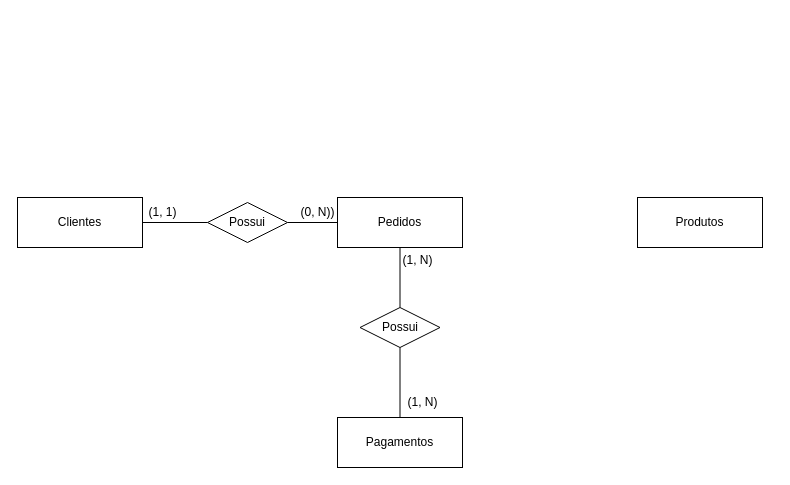
Alcides-Never/ProjetoClinicaMedica keeps this draw.io diagram as page "Modelo Relacional" (1 of 3) of DrawIO/ProjetoEComerce(1).drawio. Above is the earlier version. Source tidied: cells renumbered, new cells numbered last; positions are measured from the earlier drawing's top-left corner, leaving out a move shared by most shapes. Both pictures are drawn from the tidied source at 100%, with x=0, y=0 at pixel (17, 197).
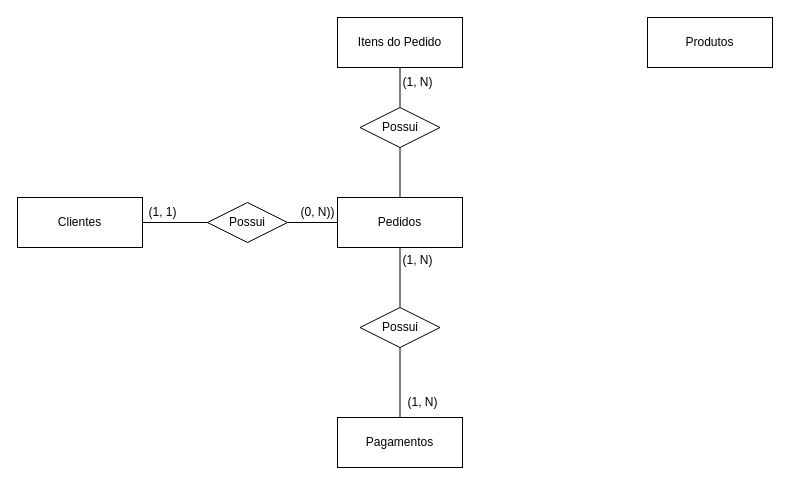
The same diagram, later.

Unchanged cells that the change refers to:
```xml
<mxCell id="7" value="Pedidos" style="whiteSpace=wrap;html=1;align=center;" parent="1" vertex="1">
  <mxGeometry x="320" width="125" height="50" as="geometry" />
</mxCell>
```

Change to the diagram source:
```diff
@@
     <mxCell id="4" value="Produtos" style="whiteSpace=wrap;html=1;align=center;" parent="1" vertex="1">
-      <mxGeometry x="620" width="125" height="50" as="geometry" />
+      <mxGeometry x="630" y="-180" width="125" height="50" as="geometry" />
     </mxCell>
@@
+    <mxCell id="16" style="edgeStyle=orthogonalEdgeStyle;rounded=0;jettySize=auto;html=1;endArrow=none;startFill=0;" parent="1" edge="1" source="7" target="19">
+      <mxGeometry relative="1" as="geometry" />
+    </mxCell>
@@
+    <mxCell id="17" style="edgeStyle=orthogonalEdgeStyle;rounded=0;jettySize=auto;html=1;endArrow=none;startFill=0;" parent="1" edge="1" source="18" target="19">
+      <mxGeometry relative="1" as="geometry" />
+    </mxCell>
+    <mxCell id="18" value="Itens do Pedido" style="whiteSpace=wrap;html=1;align=center;" parent="1" vertex="1">
+      <mxGeometry x="320" y="-180" width="125" height="50" as="geometry" />
+    </mxCell>
+    <mxCell id="19" value="Possui" style="shape=rhombus;perimeter=rhombusPerimeter;whiteSpace=wrap;html=1;align=center;" parent="1" vertex="1">
+      <mxGeometry x="342.5" y="-90" width="80" height="40" as="geometry" />
+    </mxCell>
+    <mxCell id="20" value="(1, N)" style="text;html=1;align=center;verticalAlign=middle;strokeColor=none;fillColor=none;" parent="1" vertex="1">
+      <mxGeometry x="375" y="-130" width="50" height="30" as="geometry" />
+    </mxCell>
```
